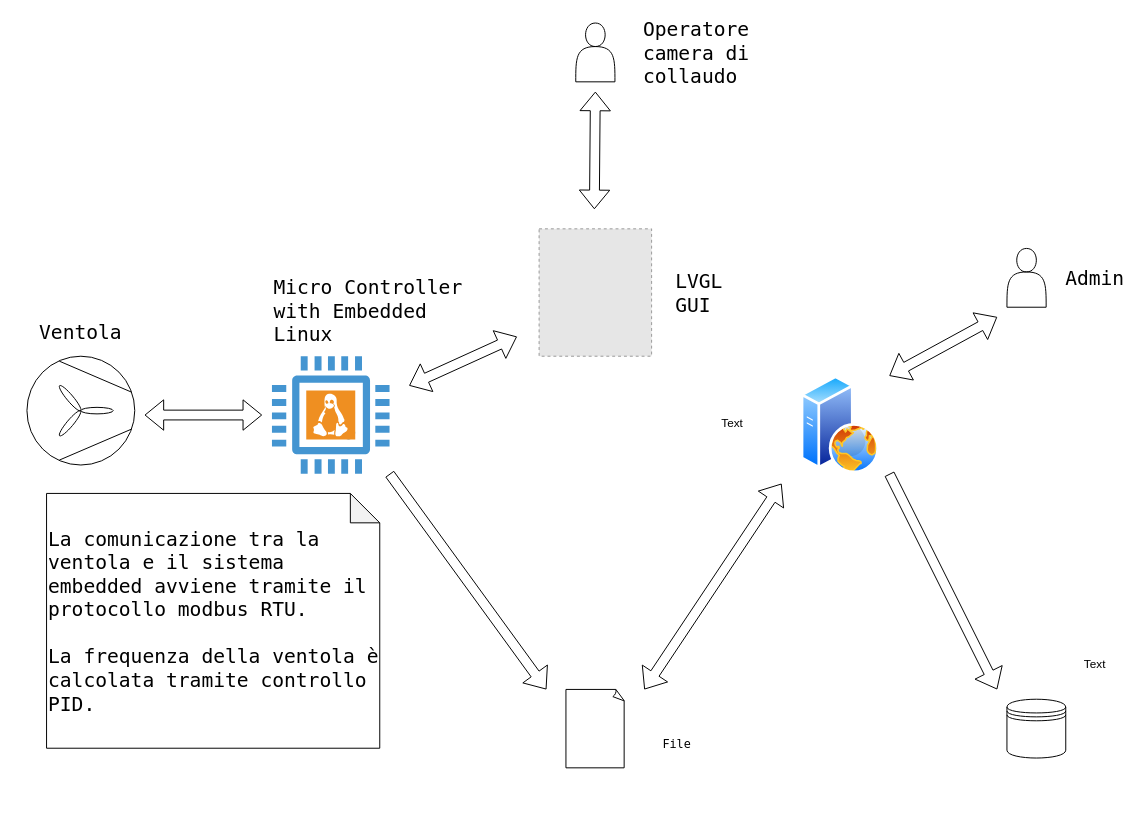
This is system-uml.drawio from sbOogway/tesi-overleaf, a draw.io file, before an edit. Source tidied: cells renumbered, new cells numbered last; positions are measured from the earlier drawing's top-left corner, leaving out a move shared by most shapes. Both pictures are drawn from the tidied source at 98%, with x=0, y=0 at pixel (26, 23). Pictures stored in the file or linked from it are replaced by grey dashed boxes.
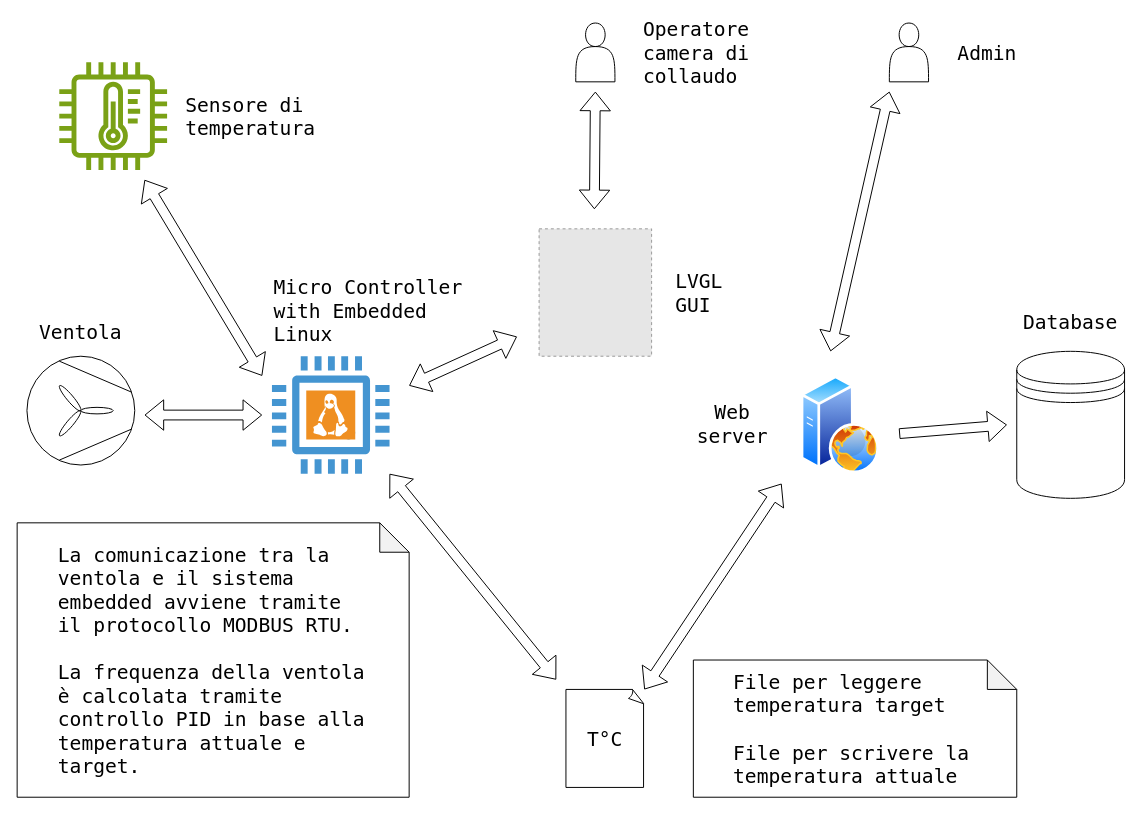
Above is the later version.

The edit, as a diff of the source:
```diff
@@
     <mxCell id="2" style="shape=datastore;whiteSpace=wrap;html=1;" parent="1" vertex="1">
-      <mxGeometry x="1000" y="690" width="60" height="60" as="geometry" />
+      <mxGeometry x="1010" y="335" width="110" height="150" as="geometry" />
     </mxCell>
     <mxCell id="3" style="whiteSpace=wrap;html=1;shape=mxgraph.basic.document;" parent="1" vertex="1">
-      <mxGeometry x="550" y="680" width="60" height="80" as="geometry" />
+      <mxGeometry x="550" y="680" width="80" height="100" as="geometry" />
     </mxCell>
@@
     <mxCell id="16" style="shape=flexArrow;endArrow=classic;html=1;rounded=0;" parent="1" edge="1">
       <mxGeometry relative="1" as="geometry">
-        <mxPoint x="880" y="460" as="sourcePoint" />
-        <mxPoint x="990" y="680" as="targetPoint" />
+        <mxPoint x="890" y="419" as="sourcePoint" />
+        <mxPoint x="1000" y="410" as="targetPoint" />
       </mxGeometry>
     </mxCell>
-    <mxCell id="17" style="shape=flexArrow;endArrow=classic;html=1;rounded=0;" parent="1" edge="1">
-      <mxGeometry relative="1" as="geometry">
-        <mxPoint x="370" y="460" as="sourcePoint" />
-        <mxPoint x="530" y="680" as="targetPoint" />
-      </mxGeometry>
-    </mxCell>
     <mxCell id="18" style="shape=actor;whiteSpace=wrap;html=1;" parent="1" vertex="1">
-      <mxGeometry x="1000" y="230" width="40" height="60" as="geometry" />
+      <mxGeometry x="880" width="40" height="60" as="geometry" />
     </mxCell>
     <mxCell id="19" style="shape=flexArrow;endArrow=classic;startArrow=classic;html=1;rounded=0;" parent="1" edge="1">
       <mxGeometry relative="1" as="geometry">
-        <mxPoint x="880" y="360" as="sourcePoint" />
-        <mxPoint x="990" y="300" as="targetPoint" />
+        <mxPoint x="820" y="335" as="sourcePoint" />
+        <mxPoint x="880" y="70" as="targetPoint" />
       </mxGeometry>
     </mxCell>
     <mxCell id="20" value="&lt;font face=&quot;Lucida Console&quot; style=&quot;font-size: 20px;&quot;&gt;Admin&lt;/font&gt;" style="text;html=1;whiteSpace=wrap;strokeColor=none;fillColor=none;align=center;verticalAlign=middle;rounded=0;" parent="1" vertex="1">
-      <mxGeometry x="1060" y="245" width="60" height="30" as="geometry" />
+      <mxGeometry x="950" y="15" width="60" height="30" as="geometry" />
     </mxCell>
@@
-    <mxCell id="23" value="Text" style="text;html=1;whiteSpace=wrap;strokeColor=none;fillColor=none;align=center;verticalAlign=middle;rounded=0;" parent="1" vertex="1">
+    <mxCell id="23" value="&lt;font style=&quot;font-size: 20px;&quot; face=&quot;Lucida Console&quot;&gt;Web server&lt;/font&gt;" style="text;html=1;whiteSpace=wrap;strokeColor=none;fillColor=none;align=center;verticalAlign=middle;rounded=0;" parent="1" vertex="1">
       <mxGeometry x="690" y="394" width="60" height="30" as="geometry" />
     </mxCell>
-    <mxCell id="24" value="Text" style="text;html=1;whiteSpace=wrap;strokeColor=none;fillColor=none;align=center;verticalAlign=middle;rounded=0;" parent="1" vertex="1">
-      <mxGeometry x="1060" y="640" width="60" height="30" as="geometry" />
-    </mxCell>
-    <mxCell id="25" value="&lt;font face=&quot;Lucida Console&quot;&gt;File&amp;nbsp;&lt;/font&gt;" style="text;html=1;whiteSpace=wrap;strokeColor=none;fillColor=none;align=center;verticalAlign=middle;rounded=0;" parent="1" vertex="1">
+    <mxCell id="25" value="&lt;div&gt;&lt;br&gt;&lt;/div&gt;" style="text;html=1;whiteSpace=wrap;strokeColor=none;fillColor=none;align=center;verticalAlign=middle;rounded=0;" parent="1" vertex="1">
       <mxGeometry x="637" y="721" width="60" height="30" as="geometry" />
     </mxCell>
-    <mxCell id="26" value="&lt;div align=&quot;left&quot;&gt;&lt;font face=&quot;Lucida Console&quot; style=&quot;font-size: 20px;&quot;&gt;La comunicazione tra la ventola e il sistema embedded avviene tramite il protocollo modbus RTU.&lt;/font&gt;&lt;/div&gt;&lt;div align=&quot;left&quot;&gt;&lt;font face=&quot;Lucida Console&quot; style=&quot;font-size: 20px;&quot;&gt;&lt;br&gt;&lt;/font&gt;&lt;/div&gt;&lt;div align=&quot;left&quot;&gt;&lt;font face=&quot;Lucida Console&quot; style=&quot;font-size: 20px;&quot;&gt;La frequenza della ventola è calcolata tramite controllo PID.&lt;/font&gt;&lt;/div&gt;" style="shape=note;whiteSpace=wrap;html=1;backgroundOutline=1;darkOpacity=0.05;align=left;" parent="1" vertex="1">
-      <mxGeometry x="20" y="480" width="340" height="260" as="geometry" />
+    <mxCell id="26" value="&lt;blockquote&gt;&lt;div align=&quot;left&quot;&gt;&lt;font face=&quot;Lucida Console&quot; style=&quot;font-size: 20px;&quot;&gt;La comunicazione tra la ventola e il sistema embedded avviene tramite il protocollo MODBUS RTU.&lt;/font&gt;&lt;/div&gt;&lt;div align=&quot;left&quot;&gt;&lt;font face=&quot;Lucida Console&quot; style=&quot;font-size: 20px;&quot;&gt;&lt;br&gt;&lt;/font&gt;&lt;/div&gt;&lt;div align=&quot;left&quot;&gt;&lt;font face=&quot;Lucida Console&quot; style=&quot;font-size: 20px;&quot;&gt;La frequenza della ventola è calcolata tramite controllo PID in base alla temperatura attuale e target.&lt;/font&gt;&lt;/div&gt;&lt;/blockquote&gt;" style="shape=note;whiteSpace=wrap;html=1;backgroundOutline=1;darkOpacity=0.05;align=left;" parent="1" vertex="1">
+      <mxGeometry x="-10" y="510" width="400" height="280" as="geometry" />
     </mxCell>
+    <mxCell id="27" value="&lt;blockquote&gt;&lt;div align=&quot;left&quot;&gt;&lt;font style=&quot;font-size: 20px;&quot; face=&quot;Lucida Console&quot;&gt;File per leggere temperatura target&lt;/font&gt;&lt;/div&gt;&lt;div align=&quot;left&quot;&gt;&lt;font style=&quot;font-size: 20px;&quot; face=&quot;Lucida Console&quot;&gt;&lt;br&gt;&lt;/font&gt;&lt;/div&gt;&lt;div align=&quot;left&quot;&gt;&lt;font style=&quot;font-size: 20px;&quot; face=&quot;Lucida Console&quot;&gt;File per scrivere la temperatura attuale&lt;/font&gt;&lt;/div&gt;&lt;/blockquote&gt;" style="shape=note;whiteSpace=wrap;html=1;backgroundOutline=1;darkOpacity=0.05;" parent="1" vertex="1">
+      <mxGeometry x="680" y="650" width="330" height="140" as="geometry" />
+    </mxCell>
+    <mxCell id="28" value="&lt;font style=&quot;font-size: 20px;&quot; face=&quot;Lucida Console&quot;&gt;T°C&lt;/font&gt;" style="text;html=1;whiteSpace=wrap;strokeColor=none;fillColor=none;align=center;verticalAlign=middle;rounded=0;" parent="1" vertex="1">
+      <mxGeometry x="560" y="715" width="60" height="30" as="geometry" />
+    </mxCell>
+    <mxCell id="29" value="&lt;font face=&quot;Lucida Console&quot; style=&quot;font-size: 20px;&quot;&gt;Database&lt;/font&gt;" style="text;html=1;whiteSpace=wrap;strokeColor=none;fillColor=none;align=center;verticalAlign=middle;rounded=0;" parent="1" vertex="1">
+      <mxGeometry x="1035" y="290" width="60" height="30" as="geometry" />
+    </mxCell>
+    <mxCell id="30" style="sketch=0;fontColor=#232F3E;gradientColor=none;fillColor=#7AA116;strokeColor=none;dashed=0;verticalLabelPosition=bottom;verticalAlign=top;align=center;html=1;fontSize=12;fontStyle=0;shape=mxgraph.aws4.iot_thing_temperature_sensor;" parent="1" vertex="1">
+      <mxGeometry x="33" y="40" width="110" height="110" as="geometry" />
+    </mxCell>
+    <mxCell id="31" style="shape=flexArrow;endArrow=classic;startArrow=classic;html=1;rounded=0;" parent="1" edge="1">
+      <mxGeometry relative="1" as="geometry">
+        <mxPoint x="240" y="360" as="sourcePoint" />
+        <mxPoint x="120" y="160" as="targetPoint" />
+      </mxGeometry>
+    </mxCell>
+    <mxCell id="32" value="&lt;div align=&quot;left&quot;&gt;&lt;font face=&quot;Lucida Console&quot; style=&quot;font-size: 20px;&quot;&gt;Sensore di temperatura&lt;/font&gt;&lt;/div&gt;" style="text;html=1;whiteSpace=wrap;strokeColor=none;fillColor=none;align=left;verticalAlign=middle;rounded=0;" parent="1" vertex="1">
+      <mxGeometry x="160" y="80" width="140" height="30" as="geometry" />
+    </mxCell>
+    <mxCell id="33" style="shape=flexArrow;endArrow=classic;startArrow=classic;html=1;rounded=0;" parent="1" edge="1">
+      <mxGeometry relative="1" as="geometry">
+        <mxPoint x="370" y="460" as="sourcePoint" />
+        <mxPoint x="540" y="670" as="targetPoint" />
+      </mxGeometry>
+    </mxCell>
```
